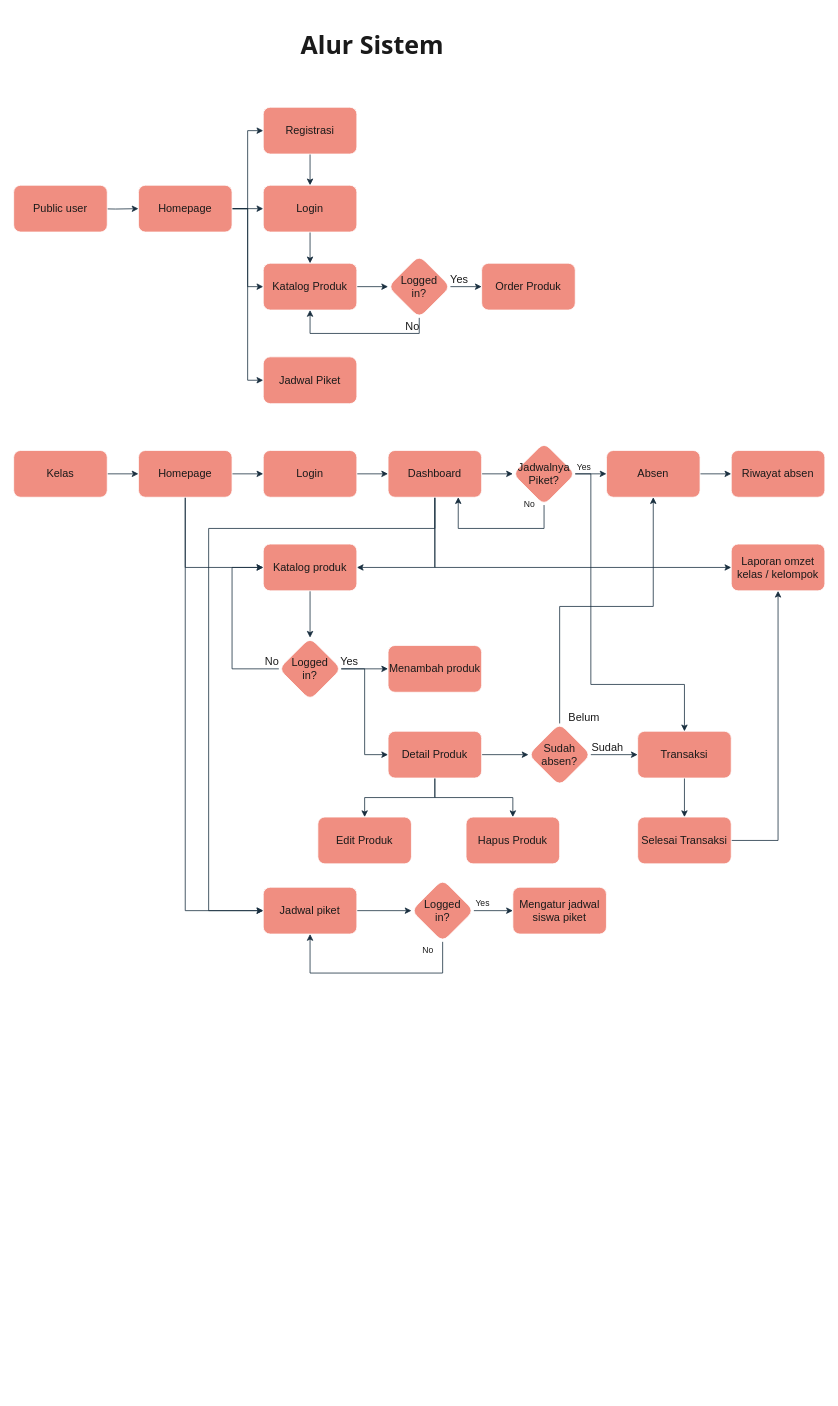
silvynrr/diagram-kantin-spw keeps this draw.io diagram as page "Alur Sistem" (2 of 2) of Alur_KantinSPW.drawio. Above is the earlier version. Source tidied: cells renumbered, new cells numbered last; positions are measured from the earlier drawing's top-left corner, leaving out a move shared by most shapes. Both pictures are drawn from the tidied source at 78%, with x=0, y=0 at pixel (13, 13).
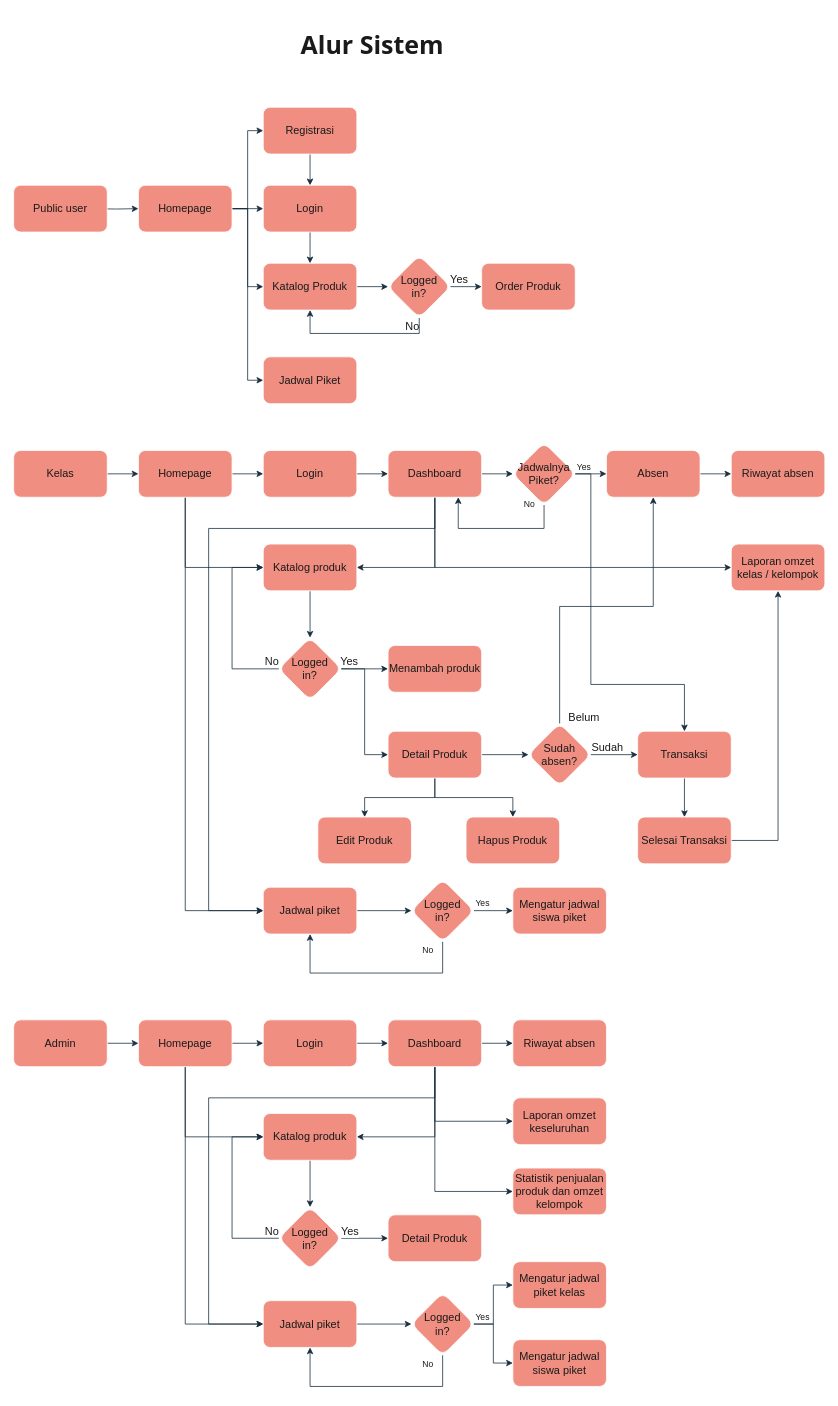
Above is the later version.

The edit, as a diff of the source:
```diff
@@
+    <mxCell id="78" style="edgeStyle=orthogonalEdgeStyle;rounded=0;jettySize=auto;html=1;labelBackgroundColor=none;strokeColor=#182E3E;fontColor=default;fontSize=14;" parent="1" edge="1" source="79" target="83">
+      <mxGeometry relative="1" as="geometry" />
+    </mxCell>
+    <mxCell id="79" value="Admin" style="rounded=1;whiteSpace=wrap;html=1;labelBackgroundColor=none;fillColor=#F08E81;strokeColor=#FFFFFF;fontColor=#1A1A1A;fontSize=14;" parent="1" vertex="1">
+      <mxGeometry y="1290" width="120" height="60" as="geometry" />
+    </mxCell>
+    <mxCell id="80" style="edgeStyle=orthogonalEdgeStyle;rounded=0;jettySize=auto;html=1;labelBackgroundColor=none;strokeColor=#182E3E;fontColor=default;fontSize=14;" parent="1" edge="1" source="83" target="85">
+      <mxGeometry relative="1" as="geometry" />
+    </mxCell>
+    <mxCell id="81" style="edgeStyle=orthogonalEdgeStyle;rounded=0;jettySize=auto;html=1;labelBackgroundColor=none;strokeColor=#182E3E;fontColor=default;fontSize=14;" parent="1" edge="1" source="83" target="93">
+      <mxGeometry relative="1" as="geometry">
+        <Array as="points">
+          <mxPoint x="220" y="1440" />
+        </Array>
+      </mxGeometry>
+    </mxCell>
+    <mxCell id="82" style="edgeStyle=orthogonalEdgeStyle;rounded=0;jettySize=auto;html=1;strokeColor=#182E3E;fontColor=#1A1A1A;" parent="1" edge="1" source="83" target="101">
+      <mxGeometry relative="1" as="geometry">
+        <Array as="points">
+          <mxPoint x="220" y="1680" />
+        </Array>
+      </mxGeometry>
+    </mxCell>
+    <mxCell id="83" value="Homepage" style="rounded=1;whiteSpace=wrap;html=1;labelBackgroundColor=none;fillColor=#F08E81;strokeColor=#FFFFFF;fontColor=#1A1A1A;fontSize=14;" parent="1" vertex="1">
+      <mxGeometry x="160" y="1290" width="120" height="60" as="geometry" />
+    </mxCell>
+    <mxCell id="84" style="edgeStyle=orthogonalEdgeStyle;rounded=0;jettySize=auto;html=1;labelBackgroundColor=none;strokeColor=#182E3E;fontColor=default;fontSize=14;" parent="1" edge="1" source="85" target="91">
+      <mxGeometry relative="1" as="geometry" />
+    </mxCell>
+    <mxCell id="85" value="Login" style="rounded=1;whiteSpace=wrap;html=1;labelBackgroundColor=none;fillColor=#F08E81;strokeColor=#FFFFFF;fontColor=#1A1A1A;fontSize=14;" parent="1" vertex="1">
+      <mxGeometry x="320" y="1290" width="120" height="60" as="geometry" />
+    </mxCell>
+    <mxCell id="86" style="edgeStyle=orthogonalEdgeStyle;rounded=0;jettySize=auto;html=1;labelBackgroundColor=none;strokeColor=#182E3E;fontColor=default;fontSize=14;" parent="1" edge="1" source="91" target="93">
+      <mxGeometry relative="1" as="geometry">
+        <Array as="points">
+          <mxPoint x="540" y="1440" />
+        </Array>
+      </mxGeometry>
+    </mxCell>
+    <mxCell id="87" style="edgeStyle=orthogonalEdgeStyle;rounded=0;jettySize=auto;html=1;strokeColor=#182E3E;fontColor=#1A1A1A;" parent="1" edge="1" source="91" target="101">
+      <mxGeometry relative="1" as="geometry">
+        <Array as="points">
+          <mxPoint x="540" y="1390" />
+          <mxPoint x="250" y="1390" />
+          <mxPoint x="250" y="1680" />
+        </Array>
+      </mxGeometry>
+    </mxCell>
+    <mxCell id="88" style="edgeStyle=orthogonalEdgeStyle;rounded=0;jettySize=auto;html=1;strokeColor=#182E3E;fontColor=#1A1A1A;" parent="1" edge="1" source="91" target="110">
+      <mxGeometry relative="1" as="geometry">
+        <Array as="points">
+          <mxPoint x="540" y="1420" />
+        </Array>
+      </mxGeometry>
+    </mxCell>
+    <mxCell id="89" style="edgeStyle=orthogonalEdgeStyle;rounded=0;jettySize=auto;html=1;strokeColor=#182E3E;fontColor=#1A1A1A;" parent="1" edge="1" source="91" target="109">
+      <mxGeometry relative="1" as="geometry" />
+    </mxCell>
+    <mxCell id="90" style="edgeStyle=orthogonalEdgeStyle;rounded=0;jettySize=auto;html=1;strokeColor=#182E3E;fontColor=#1A1A1A;" parent="1" edge="1" source="91" target="112">
+      <mxGeometry relative="1" as="geometry">
+        <Array as="points">
+          <mxPoint x="540" y="1510" />
+        </Array>
+      </mxGeometry>
+    </mxCell>
+    <mxCell id="91" value="Dashboard" style="rounded=1;whiteSpace=wrap;html=1;labelBackgroundColor=none;fillColor=#F08E81;strokeColor=#FFFFFF;fontColor=#1A1A1A;fontSize=14;" parent="1" vertex="1">
+      <mxGeometry x="480" y="1290" width="120" height="60" as="geometry" />
+    </mxCell>
+    <mxCell id="92" style="edgeStyle=orthogonalEdgeStyle;rounded=0;jettySize=auto;html=1;labelBackgroundColor=none;strokeColor=#182E3E;fontColor=default;fontSize=14;" parent="1" edge="1" source="93" target="98">
+      <mxGeometry relative="1" as="geometry" />
+    </mxCell>
+    <mxCell id="93" value="Katalog produk" style="whiteSpace=wrap;html=1;rounded=1;labelBackgroundColor=none;fillColor=#F08E81;strokeColor=#FFFFFF;fontColor=#1A1A1A;fontSize=14;" parent="1" vertex="1">
+      <mxGeometry x="320" y="1410" width="120" height="60" as="geometry" />
+    </mxCell>
+    <mxCell id="94" style="edgeStyle=orthogonalEdgeStyle;rounded=0;jettySize=auto;html=1;labelBackgroundColor=none;strokeColor=#182E3E;fontColor=default;fontSize=14;" parent="1" edge="1" source="98" target="93">
+      <mxGeometry relative="1" as="geometry">
+        <Array as="points">
+          <mxPoint x="280" y="1570" />
+          <mxPoint x="280" y="1440" />
+        </Array>
+      </mxGeometry>
+    </mxCell>
+    <mxCell id="95" value="No" style="edgeLabel;html=1;align=center;verticalAlign=middle;labelBackgroundColor=none;fontColor=#1A1A1A;fontSize=14;" parent="94" vertex="1">
+      <mxGeometry x="-0.85" y="-1" relative="1" as="geometry">
+        <mxPoint x="7" y="-9" as="offset" />
+      </mxGeometry>
+    </mxCell>
+    <mxCell id="96" style="edgeStyle=orthogonalEdgeStyle;rounded=0;jettySize=auto;html=1;strokeColor=#182E3E;fontColor=#1A1A1A;" parent="1" edge="1" source="98" target="99">
+      <mxGeometry relative="1" as="geometry" />
+    </mxCell>
+    <mxCell id="97" value="Yes" style="edgeLabel;html=1;align=center;verticalAlign=middle;strokeColor=#FFFFFF;fontColor=#1A1A1A;fillColor=#F08E81;fontSize=14;" parent="96" vertex="1">
+      <mxGeometry x="-0.1" y="-1" relative="1" as="geometry">
+        <mxPoint x="-17" y="-11" as="offset" />
+      </mxGeometry>
+    </mxCell>
+    <mxCell id="98" value="Logged&lt;div&gt;in?&lt;/div&gt;" style="rhombus;whiteSpace=wrap;html=1;rounded=1;labelBackgroundColor=none;fillColor=#F08E81;strokeColor=#FFFFFF;fontColor=#1A1A1A;fontSize=14;" parent="1" vertex="1">
+      <mxGeometry x="340" y="1530" width="80" height="80" as="geometry" />
+    </mxCell>
+    <mxCell id="99" value="Detail Produk" style="whiteSpace=wrap;html=1;rounded=1;labelBackgroundColor=none;fillColor=#F08E81;strokeColor=#FFFFFF;fontColor=#1A1A1A;fontSize=14;" parent="1" vertex="1">
+      <mxGeometry x="480" y="1540" width="120" height="60" as="geometry" />
+    </mxCell>
+    <mxCell id="100" style="edgeStyle=orthogonalEdgeStyle;rounded=0;jettySize=auto;html=1;strokeColor=#182E3E;fontColor=#1A1A1A;" parent="1" edge="1" source="101" target="107">
+      <mxGeometry relative="1" as="geometry" />
+    </mxCell>
+    <mxCell id="101" value="Jadwal piket" style="whiteSpace=wrap;html=1;fontSize=14;fillColor=#F08E81;strokeColor=#FFFFFF;fontColor=#1A1A1A;rounded=1;labelBackgroundColor=none;" parent="1" vertex="1">
+      <mxGeometry x="320" y="1650" width="120" height="60" as="geometry" />
+    </mxCell>
+    <mxCell id="102" style="edgeStyle=orthogonalEdgeStyle;rounded=0;jettySize=auto;html=1;strokeColor=#182E3E;fontColor=#1A1A1A;" parent="1" edge="1" source="107" target="101">
+      <mxGeometry relative="1" as="geometry">
+        <Array as="points">
+          <mxPoint x="550" y="1760" />
+          <mxPoint x="380" y="1760" />
+        </Array>
+      </mxGeometry>
+    </mxCell>
+    <mxCell id="103" value="No" style="edgeLabel;html=1;align=center;verticalAlign=middle;strokeColor=#FFFFFF;fontColor=#1A1A1A;fillColor=#F08E81;" parent="102" vertex="1">
+      <mxGeometry x="-0.91" y="1" relative="1" as="geometry">
+        <mxPoint x="-21" y="-2" as="offset" />
+      </mxGeometry>
+    </mxCell>
+    <mxCell id="104" style="edgeStyle=orthogonalEdgeStyle;rounded=0;jettySize=auto;html=1;strokeColor=#182E3E;fontColor=#1A1A1A;" parent="1" edge="1" source="107" target="108">
+      <mxGeometry relative="1" as="geometry" />
+    </mxCell>
+    <mxCell id="105" value="Yes" style="edgeLabel;html=1;align=center;verticalAlign=middle;strokeColor=#FFFFFF;fontColor=#1A1A1A;fillColor=#F08E81;" parent="104" vertex="1">
+      <mxGeometry x="-0.57" y="-1" relative="1" as="geometry">
+        <mxPoint x="-12" y="-11" as="offset" />
+      </mxGeometry>
+    </mxCell>
+    <mxCell id="106" style="edgeStyle=orthogonalEdgeStyle;rounded=0;jettySize=auto;html=1;strokeColor=#182E3E;fontColor=#1A1A1A;" parent="1" edge="1" source="107" target="111">
+      <mxGeometry relative="1" as="geometry" />
+    </mxCell>
+    <mxCell id="107" value="Logged&lt;div&gt;in?&lt;/div&gt;" style="rhombus;whiteSpace=wrap;html=1;fontSize=14;fillColor=#F08E81;strokeColor=#FFFFFF;fontColor=#1A1A1A;rounded=1;labelBackgroundColor=none;" parent="1" vertex="1">
+      <mxGeometry x="510" y="1640" width="80" height="80" as="geometry" />
+    </mxCell>
+    <mxCell id="108" value="Mengatur jadwal siswa piket" style="whiteSpace=wrap;html=1;fontSize=14;fillColor=#F08E81;strokeColor=#FFFFFF;fontColor=#1A1A1A;rounded=1;labelBackgroundColor=none;" parent="1" vertex="1">
+      <mxGeometry x="640" y="1700" width="120" height="60" as="geometry" />
+    </mxCell>
+    <mxCell id="109" value="Riwayat absen" style="rounded=1;whiteSpace=wrap;html=1;labelBackgroundColor=none;fillColor=#F08E81;strokeColor=#FFFFFF;fontColor=#1A1A1A;fontSize=14;" parent="1" vertex="1">
+      <mxGeometry x="640" y="1290" width="120" height="60" as="geometry" />
+    </mxCell>
+    <mxCell id="110" value="Laporan omzet keseluruhan" style="whiteSpace=wrap;html=1;fontSize=14;fillColor=#F08E81;strokeColor=#FFFFFF;fontColor=#1A1A1A;rounded=1;labelBackgroundColor=none;" parent="1" vertex="1">
+      <mxGeometry x="640" y="1390" width="120" height="60" as="geometry" />
+    </mxCell>
+    <mxCell id="111" value="Mengatur jadwal piket kelas" style="whiteSpace=wrap;html=1;fontSize=14;fillColor=#F08E81;strokeColor=#FFFFFF;fontColor=#1A1A1A;rounded=1;labelBackgroundColor=none;" parent="1" vertex="1">
+      <mxGeometry x="640" y="1600" width="120" height="60" as="geometry" />
+    </mxCell>
+    <mxCell id="112" value="Statistik penjualan produk dan omzet kelompok" style="whiteSpace=wrap;html=1;fontSize=14;fillColor=#F08E81;strokeColor=#FFFFFF;fontColor=#1A1A1A;rounded=1;labelBackgroundColor=none;" parent="1" vertex="1">
+      <mxGeometry x="640" y="1480" width="120" height="60" as="geometry" />
+    </mxCell>
```
